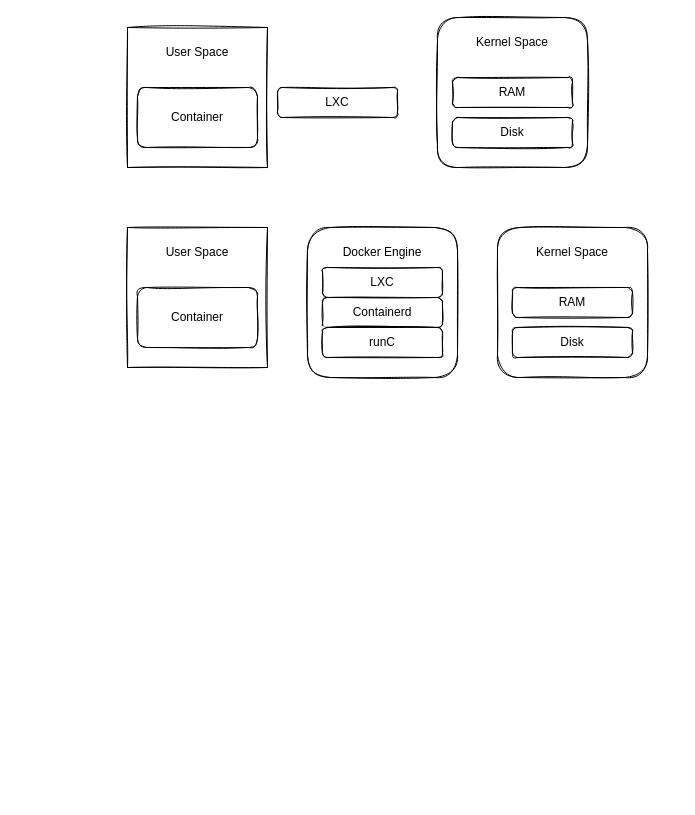
Above: diagrams/Untitled Diagram.drawio in xNok/infra-bootstrap-tools (draw.io), before the change. Source tidied: cells renumbered, new cells numbered last; positions are measured from the earlier drawing's top-left corner, leaving out a move shared by most shapes. Both pictures are drawn from the tidied source at 100%, with x=0, y=0 at pixel (127, 17).
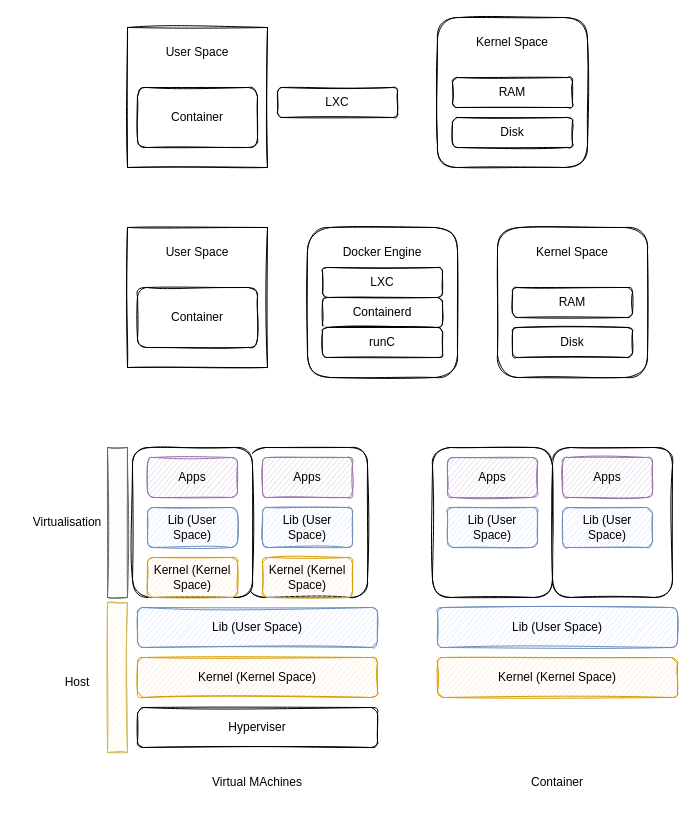
After the change.

Change to the diagram source:
```diff
@@
+    <mxCell id="25" style="rounded=1;whiteSpace=wrap;html=1;sketch=1;" parent="1" vertex="1">
+      <mxGeometry x="425" y="430" width="120" height="150" as="geometry" />
+    </mxCell>
+    <mxCell id="26" style="rounded=1;whiteSpace=wrap;html=1;sketch=1;" parent="1" vertex="1">
+      <mxGeometry x="305" y="430" width="120" height="150" as="geometry" />
+    </mxCell>
+    <mxCell id="27" style="rounded=1;whiteSpace=wrap;html=1;sketch=1;" parent="1" vertex="1">
+      <mxGeometry x="120" y="430" width="120" height="150" as="geometry" />
+    </mxCell>
+    <mxCell id="28" style="rounded=1;whiteSpace=wrap;html=1;sketch=1;" parent="1" vertex="1">
+      <mxGeometry x="5" y="430" width="120" height="150" as="geometry" />
+    </mxCell>
@@
+    <mxCell id="29" value="Hyperviser" style="rounded=1;whiteSpace=wrap;html=1;sketch=1;" parent="1" vertex="1">
+      <mxGeometry x="10" y="690" width="240" height="40" as="geometry" />
+    </mxCell>
+    <mxCell id="30" value="Kernel (Kernel Space)" style="rounded=1;whiteSpace=wrap;html=1;fillColor=#ffe6cc;strokeColor=#d79b00;sketch=1;" parent="1" vertex="1">
+      <mxGeometry x="10" y="640" width="240" height="40" as="geometry" />
+    </mxCell>
+    <mxCell id="31" value="Lib (User Space)" style="rounded=1;whiteSpace=wrap;html=1;fillColor=#dae8fc;strokeColor=#6c8ebf;sketch=1;" parent="1" vertex="1">
+      <mxGeometry x="10" y="590" width="240" height="40" as="geometry" />
+    </mxCell>
+    <mxCell id="32" value="Kernel (Kernel Space)" style="rounded=1;whiteSpace=wrap;html=1;fillColor=#ffe6cc;strokeColor=#d79b00;sketch=1;" parent="1" vertex="1">
+      <mxGeometry x="20" y="540" width="90" height="40" as="geometry" />
+    </mxCell>
+    <mxCell id="33" value="Lib (User Space)" style="rounded=1;whiteSpace=wrap;html=1;fillColor=#dae8fc;strokeColor=#6c8ebf;sketch=1;" parent="1" vertex="1">
+      <mxGeometry x="20" y="490" width="90" height="40" as="geometry" />
+    </mxCell>
+    <mxCell id="34" value="Kernel (Kernel Space)" style="rounded=1;whiteSpace=wrap;html=1;fillColor=#ffe6cc;strokeColor=#d79b00;sketch=1;" parent="1" vertex="1">
+      <mxGeometry x="135" y="540" width="90" height="40" as="geometry" />
+    </mxCell>
+    <mxCell id="35" value="Lib (User Space)" style="rounded=1;whiteSpace=wrap;html=1;fillColor=#dae8fc;strokeColor=#6c8ebf;sketch=1;" parent="1" vertex="1">
+      <mxGeometry x="135" y="490" width="90" height="40" as="geometry" />
+    </mxCell>
+    <mxCell id="36" value="Apps" style="rounded=1;whiteSpace=wrap;html=1;fillColor=#e1d5e7;strokeColor=#9673a6;sketch=1;" parent="1" vertex="1">
+      <mxGeometry x="20" y="440" width="90" height="40" as="geometry" />
+    </mxCell>
+    <mxCell id="37" value="Apps" style="rounded=1;whiteSpace=wrap;html=1;fillColor=#e1d5e7;strokeColor=#9673a6;sketch=1;" parent="1" vertex="1">
+      <mxGeometry x="135" y="440" width="90" height="40" as="geometry" />
+    </mxCell>
+    <mxCell id="38" value="Kernel (Kernel Space)" style="rounded=1;whiteSpace=wrap;html=1;fillColor=#ffe6cc;strokeColor=#d79b00;sketch=1;" parent="1" vertex="1">
+      <mxGeometry x="310" y="640" width="240" height="40" as="geometry" />
+    </mxCell>
+    <mxCell id="39" value="Lib (User Space)" style="rounded=1;whiteSpace=wrap;html=1;fillColor=#dae8fc;strokeColor=#6c8ebf;sketch=1;" parent="1" vertex="1">
+      <mxGeometry x="310" y="590" width="240" height="40" as="geometry" />
+    </mxCell>
+    <mxCell id="40" value="Lib (User Space)" style="rounded=1;whiteSpace=wrap;html=1;fillColor=#dae8fc;strokeColor=#6c8ebf;sketch=1;" parent="1" vertex="1">
+      <mxGeometry x="320" y="490" width="90" height="40" as="geometry" />
+    </mxCell>
+    <mxCell id="41" value="Lib (User Space)" style="rounded=1;whiteSpace=wrap;html=1;fillColor=#dae8fc;strokeColor=#6c8ebf;sketch=1;" parent="1" vertex="1">
+      <mxGeometry x="435" y="490" width="90" height="40" as="geometry" />
+    </mxCell>
+    <mxCell id="42" value="Apps" style="rounded=1;whiteSpace=wrap;html=1;fillColor=#e1d5e7;strokeColor=#9673a6;sketch=1;" parent="1" vertex="1">
+      <mxGeometry x="320" y="440" width="90" height="40" as="geometry" />
+    </mxCell>
+    <mxCell id="43" value="Apps" style="rounded=1;whiteSpace=wrap;html=1;fillColor=#e1d5e7;strokeColor=#9673a6;sketch=1;" parent="1" vertex="1">
+      <mxGeometry x="435" y="440" width="90" height="40" as="geometry" />
+    </mxCell>
+    <mxCell id="44" value="Virtual MAchines" style="text;html=1;strokeColor=none;fillColor=none;align=center;verticalAlign=middle;whiteSpace=wrap;rounded=0;sketch=1;" parent="1" vertex="1">
+      <mxGeometry x="80" y="750" width="100" height="30" as="geometry" />
+    </mxCell>
+    <mxCell id="45" value="Container" style="text;html=1;strokeColor=none;fillColor=none;align=center;verticalAlign=middle;whiteSpace=wrap;rounded=0;sketch=1;" parent="1" vertex="1">
+      <mxGeometry x="380" y="750" width="100" height="30" as="geometry" />
+    </mxCell>
+    <mxCell id="46" value="Virtualisation" style="text;html=1;strokeColor=none;fillColor=none;align=center;verticalAlign=middle;whiteSpace=wrap;rounded=0;sketch=1;" parent="1" vertex="1">
+      <mxGeometry x="-110" y="490" width="100" height="30" as="geometry" />
+    </mxCell>
+    <mxCell id="47" value="Host" style="text;html=1;strokeColor=none;fillColor=none;align=center;verticalAlign=middle;whiteSpace=wrap;rounded=0;sketch=1;" parent="1" vertex="1">
+      <mxGeometry x="-100" y="650" width="100" height="30" as="geometry" />
+    </mxCell>
+    <mxCell id="48" style="rounded=0;whiteSpace=wrap;html=1;sketch=1;fillColor=#fff2cc;strokeColor=#d6b656;" parent="1" vertex="1">
+      <mxGeometry x="-20" y="585" width="20" height="150" as="geometry" />
+    </mxCell>
+    <mxCell id="49" style="rounded=0;whiteSpace=wrap;html=1;sketch=1;fillColor=#f5f5f5;fontColor=#333333;strokeColor=#666666;" parent="1" vertex="1">
+      <mxGeometry x="-20" y="430" width="20" height="150" as="geometry" />
+    </mxCell>
```
